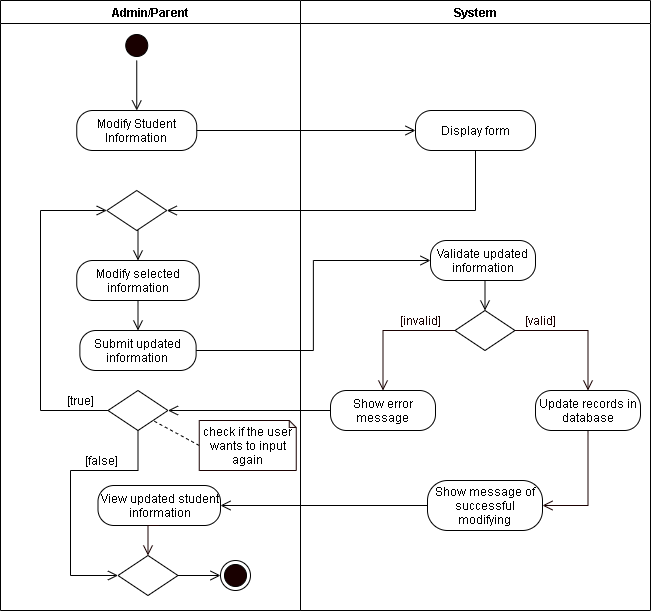
Above: REVISIONS/UML-DIAGRAMS/6-9-2021/ACTIVITY DIAGRAM/3-Modify Student.png in mrklglsn/CAPSTONE-FILES (draw.io), before the change. Source tidied: cells renumbered, new cells last; positions are measured from the earlier drawing's top-left corner, leaving out a move shared by most shapes. Its diagram source:
```xml
<mxGraphModel>
  <root>
    <mxCell id="0" />
    <mxCell id="1" parent="0" />
    <mxCell id="2" value="Admin/Parent" style="swimlane;startSize=23;" parent="1" vertex="1">
      <mxGeometry width="300" height="610" as="geometry" />
    </mxCell>
    <mxCell id="3" style="edgeStyle=orthogonalEdgeStyle;rounded=0;jettySize=auto;html=1;exitX=0.5;exitY=1;exitDx=0;exitDy=0;entryX=0.5;entryY=0;entryDx=0;entryDy=0;endArrow=open;endFill=0;endSize=8;" parent="2" edge="1" source="4">
      <mxGeometry relative="1" as="geometry">
        <mxPoint x="136.2" y="110" as="targetPoint" />
      </mxGeometry>
    </mxCell>
    <mxCell id="4" style="ellipse;html=1;shape=startState;fillColor=#190000;" parent="2" vertex="1">
      <mxGeometry x="121.2" y="30" width="30" height="30" as="geometry" />
    </mxCell>
    <mxCell id="5" value="Modify Student Information" style="rounded=1;whiteSpace=wrap;html=1;arcSize=40;" parent="2" vertex="1">
      <mxGeometry x="76.2" y="110" width="120" height="40" as="geometry" />
    </mxCell>
    <mxCell id="6" style="edgeStyle=orthogonalEdgeStyle;rounded=0;jettySize=auto;html=1;exitX=0.5;exitY=1;exitDx=0;exitDy=0;entryX=0.5;entryY=0;entryDx=0;entryDy=0;endArrow=open;endFill=0;endSize=8;" parent="2" edge="1" source="7" target="8">
      <mxGeometry relative="1" as="geometry" />
    </mxCell>
    <mxCell id="7" value="Modify selected information" style="rounded=1;whiteSpace=wrap;html=1;arcSize=40;" parent="2" vertex="1">
      <mxGeometry x="76.2" y="260" width="122.5" height="40" as="geometry" />
    </mxCell>
    <mxCell id="8" value="Submit updated information" style="rounded=1;whiteSpace=wrap;html=1;arcSize=40;" parent="2" vertex="1">
      <mxGeometry x="79.4" y="330" width="116.2" height="40" as="geometry" />
    </mxCell>
    <mxCell id="9" style="edgeStyle=orthogonalEdgeStyle;rounded=0;jettySize=auto;html=1;exitX=0.5;exitY=1;exitDx=0;exitDy=0;entryX=0.5;entryY=0;entryDx=0;entryDy=0;endArrow=open;endFill=0;endSize=8;" parent="2" edge="1" source="10" target="7">
      <mxGeometry relative="1" as="geometry" />
    </mxCell>
    <mxCell id="10" style="rhombus;whiteSpace=wrap;html=1;" parent="2" vertex="1">
      <mxGeometry x="106.2" y="190" width="60" height="40" as="geometry" />
    </mxCell>
    <mxCell id="11" value="View updated student information" style="rounded=1;whiteSpace=wrap;html=1;arcSize=40;" parent="2" vertex="1">
      <mxGeometry x="97.5" y="485" width="122.5" height="40" as="geometry" />
    </mxCell>
    <mxCell id="12" style="ellipse;html=1;shape=endState;fillColor=#190000;" parent="2" vertex="1">
      <mxGeometry x="220" y="560" width="30" height="30" as="geometry" />
    </mxCell>
    <mxCell id="13" style="edgeStyle=orthogonalEdgeStyle;rounded=0;jettySize=auto;html=1;exitX=0.5;exitY=1;exitDx=0;exitDy=0;fontColor=#FFFFFF;endArrow=open;endFill=0;endSize=8;strokeColor=#190000;entryX=0.5;entryY=0;entryDx=0;entryDy=0;" parent="2" edge="1" source="11" target="15">
      <mxGeometry relative="1" as="geometry" />
    </mxCell>
    <mxCell id="14" style="edgeStyle=orthogonalEdgeStyle;rounded=0;jettySize=auto;html=1;exitX=1;exitY=0.5;exitDx=0;exitDy=0;entryX=0;entryY=0.5;entryDx=0;entryDy=0;endArrow=open;endFill=0;endSize=8;" parent="2" edge="1" source="15" target="12">
      <mxGeometry relative="1" as="geometry" />
    </mxCell>
    <mxCell id="15" style="rhombus;whiteSpace=wrap;html=1;" parent="2" vertex="1">
      <mxGeometry x="117.5" y="555" width="60" height="40" as="geometry" />
    </mxCell>
    <mxCell id="16" value="[false]" style="text;html=1;align=center;verticalAlign=middle;strokeColor=none;" parent="2" vertex="1">
      <mxGeometry x="76.2" y="450" width="50" height="20" as="geometry" />
    </mxCell>
    <mxCell id="17" value="System" style="swimlane;" parent="1" vertex="1">
      <mxGeometry x="300" width="350" height="610" as="geometry" />
    </mxCell>
    <mxCell id="18" value="Validate updated information" style="rounded=1;whiteSpace=wrap;html=1;arcSize=40;" parent="17" vertex="1">
      <mxGeometry x="130" y="240" width="105" height="40" as="geometry" />
    </mxCell>
    <mxCell id="19" style="rhombus;whiteSpace=wrap;html=1;" parent="17" vertex="1">
      <mxGeometry x="154.5" y="310" width="60" height="40" as="geometry" />
    </mxCell>
    <mxCell id="20" style="edgeStyle=orthogonalEdgeStyle;rounded=0;jettySize=auto;html=1;exitX=0.5;exitY=1;exitDx=0;exitDy=0;entryX=0.5;entryY=0;entryDx=0;entryDy=0;endArrow=open;endFill=0;endSize=8;" parent="17" edge="1" source="18" target="19">
      <mxGeometry relative="1" as="geometry" />
    </mxCell>
    <mxCell id="21" value="&lt;font color=&quot;#190000&quot;&gt;[valid]&lt;/font&gt;" style="text;html=1;align=center;verticalAlign=middle;strokeColor=none;fontColor=#FFFFFF;" parent="17" vertex="1">
      <mxGeometry x="214.5" y="310" width="50" height="20" as="geometry" />
    </mxCell>
    <mxCell id="22" value="&lt;font color=&quot;#190000&quot;&gt;[invalid]&lt;/font&gt;" style="text;html=1;align=center;verticalAlign=middle;strokeColor=none;fontColor=#FFFFFF;" parent="17" vertex="1">
      <mxGeometry x="90" y="310" width="60" height="20" as="geometry" />
    </mxCell>
    <mxCell id="23" value="Show error message" style="rounded=1;whiteSpace=wrap;html=1;arcSize=40;" parent="17" vertex="1">
      <mxGeometry x="30" y="390" width="105" height="40" as="geometry" />
    </mxCell>
    <mxCell id="24" style="edgeStyle=orthogonalEdgeStyle;rounded=0;jettySize=auto;html=1;exitX=0.5;exitY=1;exitDx=0;exitDy=0;entryX=1;entryY=0.5;entryDx=0;entryDy=0;fontColor=#FFFFFF;endArrow=open;endFill=0;endSize=8;strokeColor=#190000;" parent="17" edge="1" source="25" target="28">
      <mxGeometry relative="1" as="geometry" />
    </mxCell>
    <mxCell id="25" value="Update records in database" style="rounded=1;whiteSpace=wrap;html=1;arcSize=40;" parent="17" vertex="1">
      <mxGeometry x="235" y="390" width="105" height="40" as="geometry" />
    </mxCell>
    <mxCell id="26" style="edgeStyle=orthogonalEdgeStyle;rounded=0;jettySize=auto;html=1;exitX=0;exitY=0.5;exitDx=0;exitDy=0;fontColor=#FFFFFF;endArrow=open;endFill=0;endSize=8;strokeColor=#190000;entryX=0.5;entryY=0;entryDx=0;entryDy=0;" parent="17" edge="1" source="19" target="23">
      <mxGeometry relative="1" as="geometry" />
    </mxCell>
    <mxCell id="27" style="edgeStyle=orthogonalEdgeStyle;rounded=0;jettySize=auto;html=1;exitX=1;exitY=0.5;exitDx=0;exitDy=0;fontColor=#FFFFFF;endArrow=open;endFill=0;endSize=8;strokeColor=#190000;entryX=0.5;entryY=0;entryDx=0;entryDy=0;" parent="17" edge="1" source="19" target="25">
      <mxGeometry relative="1" as="geometry" />
    </mxCell>
    <mxCell id="28" value="Show message of successful modifying" style="rounded=1;whiteSpace=wrap;html=1;arcSize=40;" parent="17" vertex="1">
      <mxGeometry x="127" y="480" width="115" height="50" as="geometry" />
    </mxCell>
    <mxCell id="29" value="Display form" style="rounded=1;whiteSpace=wrap;html=1;arcSize=40;" parent="17" vertex="1">
      <mxGeometry x="115" y="110" width="120" height="40" as="geometry" />
    </mxCell>
    <mxCell id="30" style="edgeStyle=orthogonalEdgeStyle;rounded=0;jettySize=auto;html=1;exitX=1;exitY=0.5;exitDx=0;exitDy=0;endArrow=open;endFill=0;endSize=8;entryX=0;entryY=0.5;entryDx=0;entryDy=0;" parent="1" edge="1" source="5" target="29">
      <mxGeometry relative="1" as="geometry" />
    </mxCell>
    <mxCell id="31" style="edgeStyle=orthogonalEdgeStyle;rounded=0;jettySize=auto;html=1;exitX=0.5;exitY=1;exitDx=0;exitDy=0;endArrow=open;endFill=0;endSize=8;entryX=1;entryY=0.5;entryDx=0;entryDy=0;" parent="1" edge="1" source="29" target="10">
      <mxGeometry relative="1" as="geometry" />
    </mxCell>
    <mxCell id="32" style="edgeStyle=orthogonalEdgeStyle;rounded=0;jettySize=auto;html=1;exitX=1;exitY=0.5;exitDx=0;exitDy=0;entryX=0;entryY=0.5;entryDx=0;entryDy=0;endArrow=open;endFill=0;endSize=8;" parent="1" edge="1" source="8" target="18">
      <mxGeometry relative="1" as="geometry" />
    </mxCell>
    <mxCell id="33" style="edgeStyle=orthogonalEdgeStyle;rounded=0;jettySize=auto;html=1;exitX=0;exitY=0.5;exitDx=0;exitDy=0;endArrow=open;endFill=0;endSize=8;entryX=0;entryY=0.5;entryDx=0;entryDy=0;" parent="1" edge="1" source="36" target="10">
      <mxGeometry relative="1" as="geometry">
        <Array as="points">
          <mxPoint x="40" y="410" />
          <mxPoint x="40" y="210" />
        </Array>
      </mxGeometry>
    </mxCell>
    <mxCell id="34" style="edgeStyle=orthogonalEdgeStyle;rounded=0;jettySize=auto;html=1;exitX=0;exitY=0.5;exitDx=0;exitDy=0;endArrow=open;endFill=0;endSize=8;entryX=1;entryY=0.5;entryDx=0;entryDy=0;" parent="1" edge="1" source="28" target="11">
      <mxGeometry relative="1" as="geometry" />
    </mxCell>
    <mxCell id="35" style="edgeStyle=orthogonalEdgeStyle;rounded=0;jettySize=auto;html=1;exitX=0.5;exitY=1;exitDx=0;exitDy=0;entryX=0;entryY=0.5;entryDx=0;entryDy=0;endArrow=open;endFill=0;endSize=8;" parent="1" edge="1" source="36" target="15">
      <mxGeometry relative="1" as="geometry">
        <Array as="points">
          <mxPoint x="138" y="470" />
          <mxPoint x="70" y="470" />
          <mxPoint x="70" y="575" />
        </Array>
      </mxGeometry>
    </mxCell>
    <mxCell id="36" style="rhombus;whiteSpace=wrap;html=1;" parent="1" vertex="1">
      <mxGeometry x="107.5" y="390" width="60" height="40" as="geometry" />
    </mxCell>
    <mxCell id="37" style="edgeStyle=none;rounded=0;jettySize=auto;html=1;exitX=0;exitY=0.5;exitDx=0;exitDy=0;exitPerimeter=0;entryX=1;entryY=1;entryDx=0;entryDy=0;dashed=1;endArrow=none;endFill=0;endSize=8;" parent="1" edge="1" source="38" target="36">
      <mxGeometry relative="1" as="geometry" />
    </mxCell>
    <mxCell id="38" value="check if the user wants to input again" style="shape=note;whiteSpace=wrap;html=1;backgroundOutline=1;darkOpacity=0.05;strokeColor=#190000;size=7;" parent="1" vertex="1">
      <mxGeometry x="198.8" y="420" width="97" height="50" as="geometry" />
    </mxCell>
    <mxCell id="39" style="edgeStyle=orthogonalEdgeStyle;rounded=0;jettySize=auto;html=1;exitX=0;exitY=0.5;exitDx=0;exitDy=0;entryX=1;entryY=0.5;entryDx=0;entryDy=0;endArrow=open;endFill=0;endSize=8;" parent="1" edge="1" source="23" target="36">
      <mxGeometry relative="1" as="geometry" />
    </mxCell>
    <mxCell id="40" value="[true]" style="text;html=1;align=center;verticalAlign=middle;strokeColor=none;" parent="1" vertex="1">
      <mxGeometry x="60" y="390" width="40" height="20" as="geometry" />
    </mxCell>
  </root>
</mxGraphModel>
```
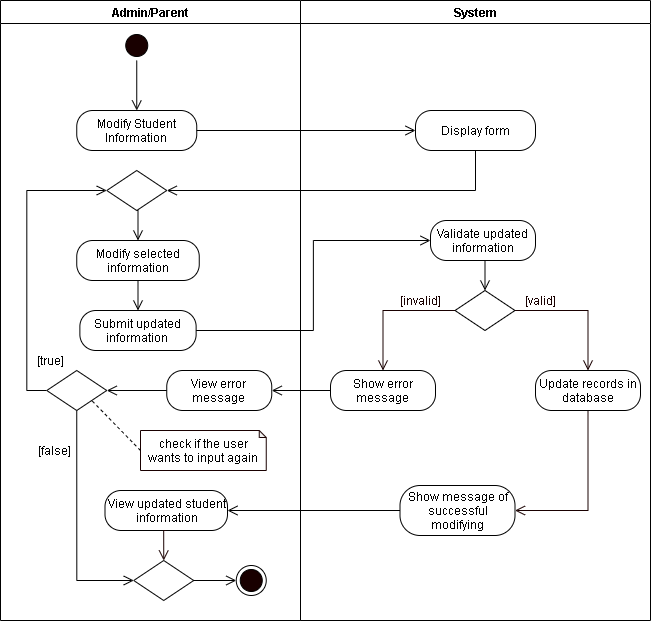
The same diagram one commit later.

Change to the diagram source:
```diff
@@ -3,7 +3,7 @@
     <mxCell id="0" />
     <mxCell id="1" parent="0" />
     <mxCell id="2" value="Admin/Parent" style="swimlane;startSize=23;" parent="1" vertex="1">
-      <mxGeometry width="300" height="610" as="geometry" />
+      <mxGeometry width="300" height="620" as="geometry" />
     </mxCell>
     <mxCell id="3" style="edgeStyle=orthogonalEdgeStyle;rounded=0;jettySize=auto;html=1;exitX=0.5;exitY=1;exitDx=0;exitDy=0;entryX=0.5;entryY=0;entryDx=0;entryDy=0;endArrow=open;endFill=0;endSize=8;" parent="2" edge="1" source="4">
       <mxGeometry relative="1" as="geometry">
@@ -20,22 +20,22 @@
       <mxGeometry relative="1" as="geometry" />
     </mxCell>
     <mxCell id="7" value="Modify selected information" style="rounded=1;whiteSpace=wrap;html=1;arcSize=40;" parent="2" vertex="1">
-      <mxGeometry x="76.2" y="260" width="122.5" height="40" as="geometry" />
+      <mxGeometry x="76.2" y="240" width="122.5" height="40" as="geometry" />
     </mxCell>
     <mxCell id="8" value="Submit updated information" style="rounded=1;whiteSpace=wrap;html=1;arcSize=40;" parent="2" vertex="1">
-      <mxGeometry x="79.4" y="330" width="116.2" height="40" as="geometry" />
+      <mxGeometry x="79.4" y="310" width="116.2" height="40" as="geometry" />
     </mxCell>
     <mxCell id="9" style="edgeStyle=orthogonalEdgeStyle;rounded=0;jettySize=auto;html=1;exitX=0.5;exitY=1;exitDx=0;exitDy=0;entryX=0.5;entryY=0;entryDx=0;entryDy=0;endArrow=open;endFill=0;endSize=8;" parent="2" edge="1" source="10" target="7">
       <mxGeometry relative="1" as="geometry" />
     </mxCell>
     <mxCell id="10" style="rhombus;whiteSpace=wrap;html=1;" parent="2" vertex="1">
-      <mxGeometry x="106.2" y="190" width="60" height="40" as="geometry" />
+      <mxGeometry x="106.2" y="170" width="60" height="40" as="geometry" />
     </mxCell>
     <mxCell id="11" value="View updated student information" style="rounded=1;whiteSpace=wrap;html=1;arcSize=40;" parent="2" vertex="1">
-      <mxGeometry x="97.5" y="485" width="122.5" height="40" as="geometry" />
+      <mxGeometry x="104.5" y="490" width="122.5" height="40" as="geometry" />
     </mxCell>
     <mxCell id="12" style="ellipse;html=1;shape=endState;fillColor=#190000;" parent="2" vertex="1">
-      <mxGeometry x="220" y="560" width="30" height="30" as="geometry" />
+      <mxGeometry x="235.8" y="565" width="30" height="30" as="geometry" />
     </mxCell>
     <mxCell id="13" style="edgeStyle=orthogonalEdgeStyle;rounded=0;jettySize=auto;html=1;exitX=0.5;exitY=1;exitDx=0;exitDy=0;fontColor=#FFFFFF;endArrow=open;endFill=0;endSize=8;strokeColor=#190000;entryX=0.5;entryY=0;entryDx=0;entryDy=0;" parent="2" edge="1" source="11" target="15">
       <mxGeometry relative="1" as="geometry" />
@@ -44,37 +44,65 @@
       <mxGeometry relative="1" as="geometry" />
     </mxCell>
     <mxCell id="15" style="rhombus;whiteSpace=wrap;html=1;" parent="2" vertex="1">
-      <mxGeometry x="117.5" y="555" width="60" height="40" as="geometry" />
+      <mxGeometry x="133.2" y="560" width="60" height="40" as="geometry" />
     </mxCell>
     <mxCell id="16" value="[false]" style="text;html=1;align=center;verticalAlign=middle;strokeColor=none;" parent="2" vertex="1">
-      <mxGeometry x="76.2" y="450" width="50" height="20" as="geometry" />
+      <mxGeometry x="29.4" y="440" width="50" height="20" as="geometry" />
     </mxCell>
+    <mxCell id="33" style="edgeStyle=orthogonalEdgeStyle;rounded=0;jettySize=auto;html=1;exitX=0;exitY=0.5;exitDx=0;exitDy=0;entryX=0;entryY=0.5;entryDx=0;entryDy=0;endArrow=open;endFill=0;endSize=8;" parent="2" edge="1" source="36" target="10">
+      <mxGeometry relative="1" as="geometry" />
+    </mxCell>
+    <mxCell id="35" style="edgeStyle=orthogonalEdgeStyle;rounded=0;jettySize=auto;html=1;exitX=0.5;exitY=1;exitDx=0;exitDy=0;endArrow=open;endFill=0;endSize=8;entryX=0;entryY=0.5;entryDx=0;entryDy=0;" parent="2" edge="1" source="36" target="15">
+      <mxGeometry relative="1" as="geometry">
+        <Array as="points">
+          <mxPoint x="76" y="580" />
+        </Array>
+      </mxGeometry>
+    </mxCell>
+    <mxCell id="36" style="rhombus;whiteSpace=wrap;html=1;" parent="2" vertex="1">
+      <mxGeometry x="46.3" y="370" width="60" height="40" as="geometry" />
+    </mxCell>
+    <mxCell id="38" value="check if the user wants to input again" style="shape=note;whiteSpace=wrap;html=1;backgroundOutline=1;darkOpacity=0.05;strokeColor=#190000;size=7;" parent="2" vertex="1">
+      <mxGeometry x="140" y="430" width="125.8" height="40" as="geometry" />
+    </mxCell>
+    <mxCell id="37" style="edgeStyle=none;rounded=0;jettySize=auto;html=1;exitX=0;exitY=0.5;exitDx=0;exitDy=0;exitPerimeter=0;entryX=1;entryY=1;entryDx=0;entryDy=0;dashed=1;endArrow=none;endFill=0;endSize=8;" parent="2" edge="1" source="38" target="36">
+      <mxGeometry relative="1" as="geometry" />
+    </mxCell>
+    <mxCell id="40" value="[true]" style="text;html=1;align=center;verticalAlign=middle;strokeColor=none;" parent="2" vertex="1">
+      <mxGeometry x="30" y="350" width="40" height="20" as="geometry" />
+    </mxCell>
+    <mxCell id="41" value="View error message" style="rounded=1;whiteSpace=wrap;html=1;arcSize=40;" parent="2" vertex="1">
+      <mxGeometry x="166.2" y="370" width="105" height="40" as="geometry" />
+    </mxCell>
+    <mxCell id="39" style="edgeStyle=orthogonalEdgeStyle;rounded=0;jettySize=auto;html=1;exitX=0;exitY=0.5;exitDx=0;exitDy=0;entryX=1;entryY=0.5;entryDx=0;entryDy=0;endArrow=open;endFill=0;endSize=8;" parent="2" edge="1" source="41" target="36">
+      <mxGeometry relative="1" as="geometry" />
+    </mxCell>
     <mxCell id="17" value="System" style="swimlane;" parent="1" vertex="1">
-      <mxGeometry x="300" width="350" height="610" as="geometry" />
+      <mxGeometry x="300" width="350" height="620" as="geometry" />
     </mxCell>
     <mxCell id="18" value="Validate updated information" style="rounded=1;whiteSpace=wrap;html=1;arcSize=40;" parent="17" vertex="1">
-      <mxGeometry x="130" y="240" width="105" height="40" as="geometry" />
+      <mxGeometry x="130" y="220" width="105" height="40" as="geometry" />
     </mxCell>
     <mxCell id="19" style="rhombus;whiteSpace=wrap;html=1;" parent="17" vertex="1">
-      <mxGeometry x="154.5" y="310" width="60" height="40" as="geometry" />
+      <mxGeometry x="154.5" y="290" width="60" height="40" as="geometry" />
     </mxCell>
     <mxCell id="20" style="edgeStyle=orthogonalEdgeStyle;rounded=0;jettySize=auto;html=1;exitX=0.5;exitY=1;exitDx=0;exitDy=0;entryX=0.5;entryY=0;entryDx=0;entryDy=0;endArrow=open;endFill=0;endSize=8;" parent="17" edge="1" source="18" target="19">
       <mxGeometry relative="1" as="geometry" />
     </mxCell>
     <mxCell id="21" value="&lt;font color=&quot;#190000&quot;&gt;[valid]&lt;/font&gt;" style="text;html=1;align=center;verticalAlign=middle;strokeColor=none;fontColor=#FFFFFF;" parent="17" vertex="1">
-      <mxGeometry x="214.5" y="310" width="50" height="20" as="geometry" />
+      <mxGeometry x="214.5" y="290" width="50" height="20" as="geometry" />
     </mxCell>
     <mxCell id="22" value="&lt;font color=&quot;#190000&quot;&gt;[invalid]&lt;/font&gt;" style="text;html=1;align=center;verticalAlign=middle;strokeColor=none;fontColor=#FFFFFF;" parent="17" vertex="1">
-      <mxGeometry x="90" y="310" width="60" height="20" as="geometry" />
+      <mxGeometry x="90" y="290" width="60" height="20" as="geometry" />
     </mxCell>
     <mxCell id="23" value="Show error message" style="rounded=1;whiteSpace=wrap;html=1;arcSize=40;" parent="17" vertex="1">
-      <mxGeometry x="30" y="390" width="105" height="40" as="geometry" />
+      <mxGeometry x="30" y="370" width="105" height="40" as="geometry" />
     </mxCell>
     <mxCell id="24" style="edgeStyle=orthogonalEdgeStyle;rounded=0;jettySize=auto;html=1;exitX=0.5;exitY=1;exitDx=0;exitDy=0;entryX=1;entryY=0.5;entryDx=0;entryDy=0;fontColor=#FFFFFF;endArrow=open;endFill=0;endSize=8;strokeColor=#190000;" parent="17" edge="1" source="25" target="28">
       <mxGeometry relative="1" as="geometry" />
     </mxCell>
     <mxCell id="25" value="Update records in database" style="rounded=1;whiteSpace=wrap;html=1;arcSize=40;" parent="17" vertex="1">
-      <mxGeometry x="235" y="390" width="105" height="40" as="geometry" />
+      <mxGeometry x="235" y="370" width="105" height="40" as="geometry" />
     </mxCell>
     <mxCell id="26" style="edgeStyle=orthogonalEdgeStyle;rounded=0;jettySize=auto;html=1;exitX=0;exitY=0.5;exitDx=0;exitDy=0;fontColor=#FFFFFF;endArrow=open;endFill=0;endSize=8;strokeColor=#190000;entryX=0.5;entryY=0;entryDx=0;entryDy=0;" parent="17" edge="1" source="19" target="23">
       <mxGeometry relative="1" as="geometry" />
@@ -83,7 +111,7 @@
       <mxGeometry relative="1" as="geometry" />
     </mxCell>
     <mxCell id="28" value="Show message of successful modifying" style="rounded=1;whiteSpace=wrap;html=1;arcSize=40;" parent="17" vertex="1">
-      <mxGeometry x="127" y="480" width="115" height="50" as="geometry" />
+      <mxGeometry x="99.5" y="485" width="115" height="50" as="geometry" />
     </mxCell>
     <mxCell id="29" value="Display form" style="rounded=1;whiteSpace=wrap;html=1;arcSize=40;" parent="17" vertex="1">
       <mxGeometry x="115" y="110" width="120" height="40" as="geometry" />
@@ -97,40 +125,11 @@
     <mxCell id="32" style="edgeStyle=orthogonalEdgeStyle;rounded=0;jettySize=auto;html=1;exitX=1;exitY=0.5;exitDx=0;exitDy=0;entryX=0;entryY=0.5;entryDx=0;entryDy=0;endArrow=open;endFill=0;endSize=8;" parent="1" edge="1" source="8" target="18">
       <mxGeometry relative="1" as="geometry" />
     </mxCell>
-    <mxCell id="33" style="edgeStyle=orthogonalEdgeStyle;rounded=0;jettySize=auto;html=1;exitX=0;exitY=0.5;exitDx=0;exitDy=0;endArrow=open;endFill=0;endSize=8;entryX=0;entryY=0.5;entryDx=0;entryDy=0;" parent="1" edge="1" source="36" target="10">
-      <mxGeometry relative="1" as="geometry">
-        <Array as="points">
-          <mxPoint x="40" y="410" />
-          <mxPoint x="40" y="210" />
-        </Array>
-      </mxGeometry>
-    </mxCell>
     <mxCell id="34" style="edgeStyle=orthogonalEdgeStyle;rounded=0;jettySize=auto;html=1;exitX=0;exitY=0.5;exitDx=0;exitDy=0;endArrow=open;endFill=0;endSize=8;entryX=1;entryY=0.5;entryDx=0;entryDy=0;" parent="1" edge="1" source="28" target="11">
       <mxGeometry relative="1" as="geometry" />
     </mxCell>
-    <mxCell id="35" style="edgeStyle=orthogonalEdgeStyle;rounded=0;jettySize=auto;html=1;exitX=0.5;exitY=1;exitDx=0;exitDy=0;entryX=0;entryY=0.5;entryDx=0;entryDy=0;endArrow=open;endFill=0;endSize=8;" parent="1" edge="1" source="36" target="15">
-      <mxGeometry relative="1" as="geometry">
-        <Array as="points">
-          <mxPoint x="138" y="470" />
-          <mxPoint x="70" y="470" />
-          <mxPoint x="70" y="575" />
-        </Array>
-      </mxGeometry>
-    </mxCell>
-    <mxCell id="36" style="rhombus;whiteSpace=wrap;html=1;" parent="1" vertex="1">
-      <mxGeometry x="107.5" y="390" width="60" height="40" as="geometry" />
-    </mxCell>
-    <mxCell id="37" style="edgeStyle=none;rounded=0;jettySize=auto;html=1;exitX=0;exitY=0.5;exitDx=0;exitDy=0;exitPerimeter=0;entryX=1;entryY=1;entryDx=0;entryDy=0;dashed=1;endArrow=none;endFill=0;endSize=8;" parent="1" edge="1" source="38" target="36">
-      <mxGeometry relative="1" as="geometry" />
-    </mxCell>
-    <mxCell id="38" value="check if the user wants to input again" style="shape=note;whiteSpace=wrap;html=1;backgroundOutline=1;darkOpacity=0.05;strokeColor=#190000;size=7;" parent="1" vertex="1">
-      <mxGeometry x="198.8" y="420" width="97" height="50" as="geometry" />
-    </mxCell>
-    <mxCell id="39" style="edgeStyle=orthogonalEdgeStyle;rounded=0;jettySize=auto;html=1;exitX=0;exitY=0.5;exitDx=0;exitDy=0;entryX=1;entryY=0.5;entryDx=0;entryDy=0;endArrow=open;endFill=0;endSize=8;" parent="1" edge="1" source="23" target="36">
-      <mxGeometry relative="1" as="geometry" />
-    </mxCell>
-    <mxCell id="40" value="[true]" style="text;html=1;align=center;verticalAlign=middle;strokeColor=none;" parent="1" vertex="1">
-      <mxGeometry x="60" y="390" width="40" height="20" as="geometry" />
-    </mxCell>
+    <mxCell id="42" style="edgeStyle=orthogonalEdgeStyle;rounded=0;jettySize=auto;html=1;exitX=0;exitY=0.5;exitDx=0;exitDy=0;entryX=1;entryY=0.5;entryDx=0;entryDy=0;endArrow=open;endFill=0;endSize=8;" parent="1" edge="1" source="23" target="41">
+      <mxGeometry relative="1" as="geometry" />
+    </mxCell>
   </root>
 </mxGraphModel>
```
